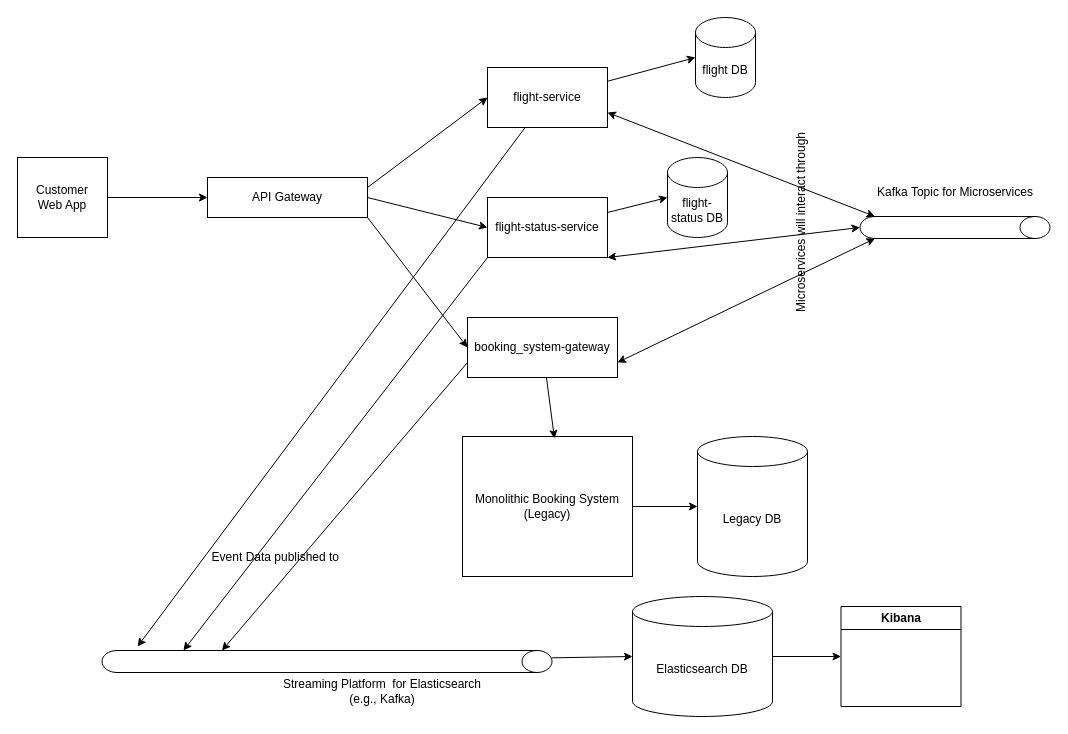
Before: page "Microservices Approach" (2 of 2) of Eurowings_Digital.drawio in niranjan-reddy/Architectural-System-Design, a draw.io diagram. Source tidied: cells renumbered, new cells numbered last; positions are measured from the earlier drawing's top-left corner, leaving out a move shared by most shapes. Both pictures are drawn from the tidied source at 100%, with x=0, y=0 at pixel (17, 17).
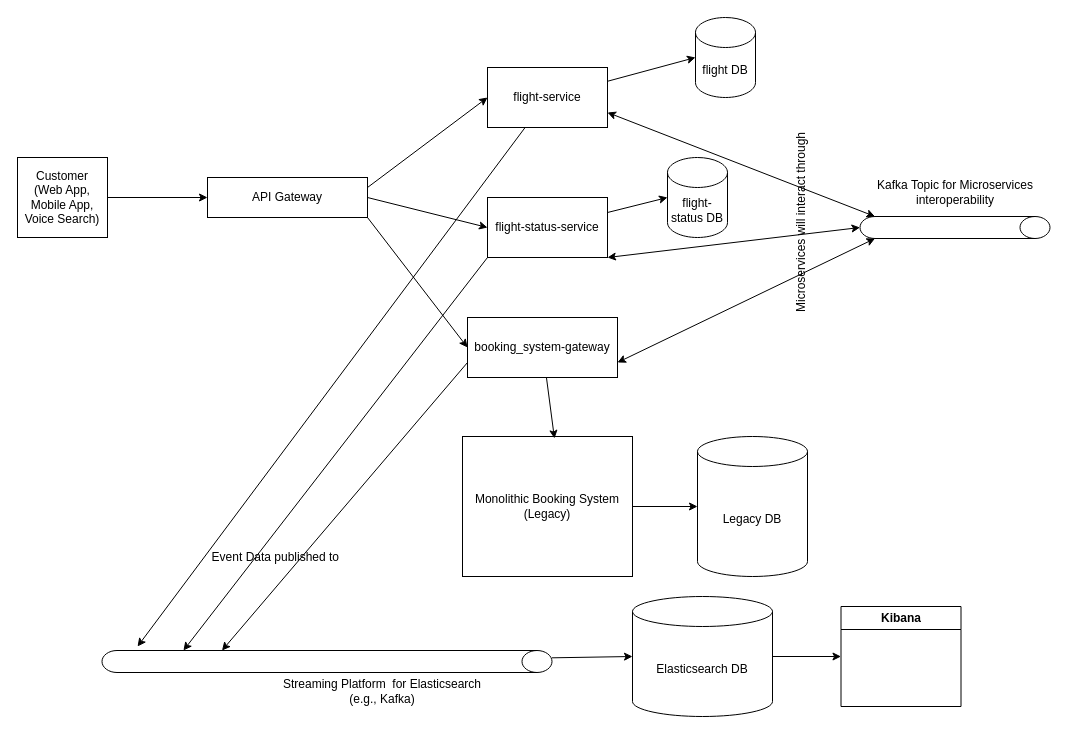
Above is the later version.

What changed in the source:
```diff
@@
-    <mxCell id="3" value="Customer&lt;br&gt;Web App" style="rounded=0;whiteSpace=wrap;html=1;" parent="1" vertex="1">
+    <mxCell id="3" value="Customer&lt;br&gt;(Web App, Mobile App, Voice Search)" style="rounded=0;whiteSpace=wrap;html=1;" parent="1" vertex="1">
       <mxGeometry y="140" width="90" height="80" as="geometry" />
     </mxCell>
@@
-    <mxCell id="26" value="Kafka Topic for Microservices" style="text;html=1;strokeColor=none;fillColor=none;align=center;verticalAlign=middle;whiteSpace=wrap;rounded=0;" parent="1" vertex="1">
+    <mxCell id="26" value="Kafka Topic for Microservices interoperability" style="text;html=1;strokeColor=none;fillColor=none;align=center;verticalAlign=middle;whiteSpace=wrap;rounded=0;" parent="1" vertex="1">
       <mxGeometry x="851.5" y="160" width="172" height="30" as="geometry" />
     </mxCell>
```
